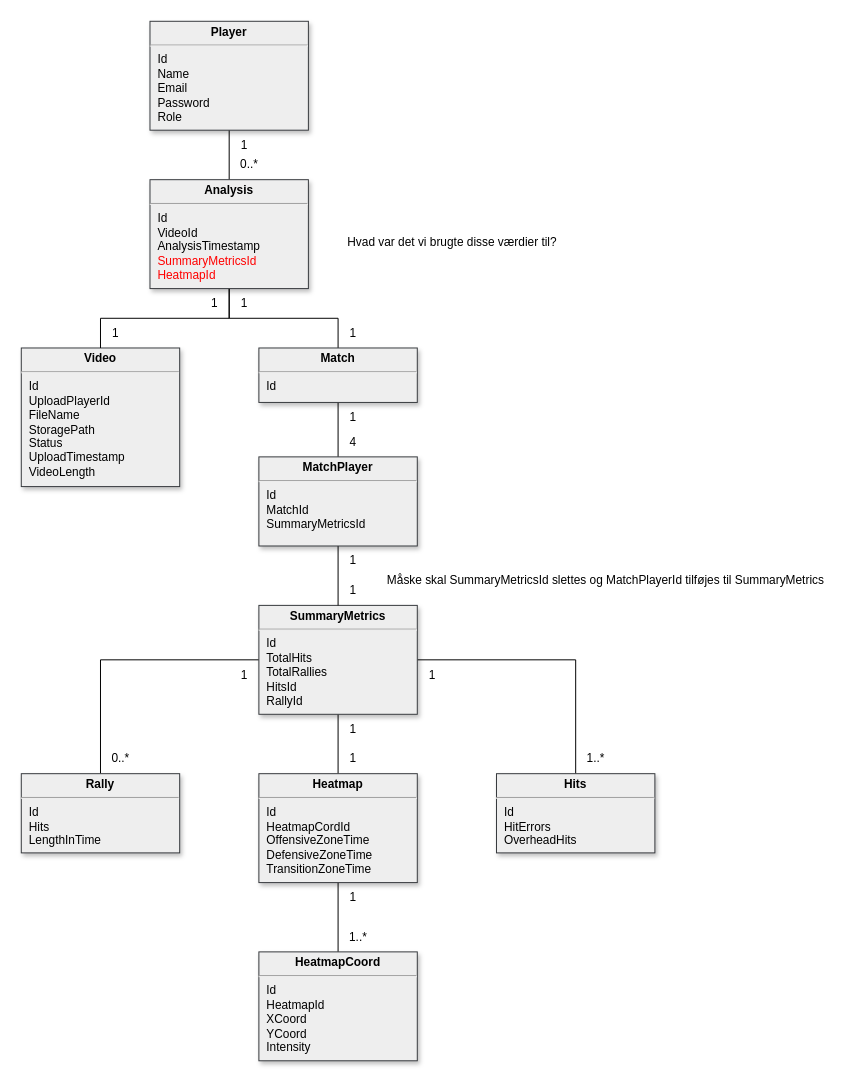
This is Documentation/Analysis/Diagrams/DomainModel.drawio from Olsen7351/Bachlor2025-Padel, a draw.io file, before an edit. Source tidied: cells renumbered, new cells numbered last; positions are measured from the earlier drawing's top-left corner, leaving out a move shared by most shapes. Both pictures are drawn from the tidied source at 99%, with x=0, y=0 at pixel (21, 21).
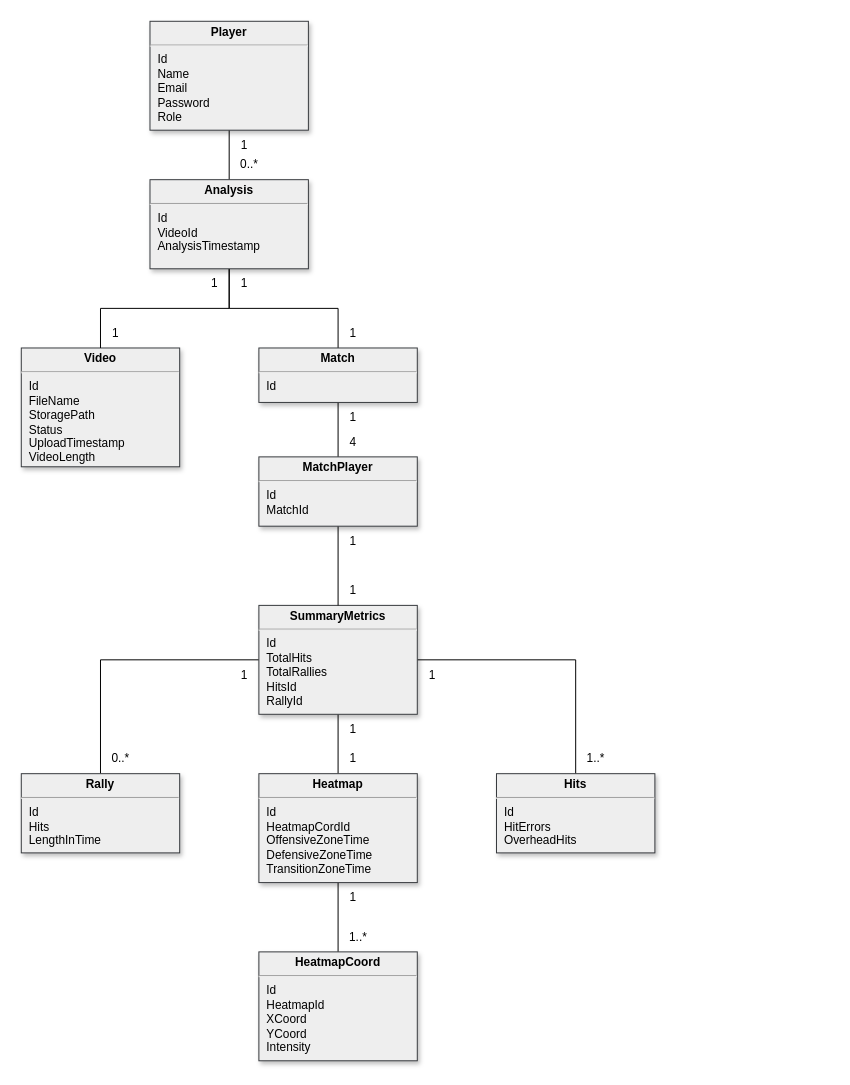
After the change.

The edit, as a diff of the source:
```diff
@@
-    <mxCell id="4" value="&lt;p style=&quot;margin: 4px 0px 0px; text-align: center;&quot;&gt;&lt;b&gt;Video&lt;/b&gt;&lt;/p&gt;&lt;hr&gt;&lt;p style=&quot;margin: 0px; margin-left: 8px;&quot;&gt;Id&lt;/p&gt;&lt;p style=&quot;margin: 0px; margin-left: 8px;&quot;&gt;UploadPlayerId&lt;/p&gt;&lt;p style=&quot;margin: 0px; margin-left: 8px;&quot;&gt;FileName&lt;/p&gt;&lt;p style=&quot;margin: 0px; margin-left: 8px;&quot;&gt;StoragePath&lt;/p&gt;&lt;p style=&quot;margin: 0px; margin-left: 8px;&quot;&gt;Status&lt;/p&gt;&lt;p style=&quot;margin: 0px; margin-left: 8px;&quot;&gt;UploadTimestamp&lt;/p&gt;&lt;p style=&quot;margin: 0px; margin-left: 8px;&quot;&gt;VideoLength&lt;/p&gt;" style="verticalAlign=top;align=left;overflow=fill;fontSize=12;fontFamily=Helvetica;html=1;shadow=1;fillColor=#eeeeee;strokeColor=#36393d;" parent="1" vertex="1">
-      <mxGeometry y="330" width="160" height="140" as="geometry" />
+    <mxCell id="4" value="&lt;p style=&quot;margin: 4px 0px 0px; text-align: center;&quot;&gt;&lt;b&gt;Video&lt;/b&gt;&lt;/p&gt;&lt;hr&gt;&lt;p style=&quot;margin: 0px; margin-left: 8px;&quot;&gt;Id&lt;/p&gt;&lt;p style=&quot;margin: 0px; margin-left: 8px;&quot;&gt;FileName&lt;/p&gt;&lt;p style=&quot;margin: 0px; margin-left: 8px;&quot;&gt;StoragePath&lt;/p&gt;&lt;p style=&quot;margin: 0px; margin-left: 8px;&quot;&gt;Status&lt;/p&gt;&lt;p style=&quot;margin: 0px; margin-left: 8px;&quot;&gt;UploadTimestamp&lt;/p&gt;&lt;p style=&quot;margin: 0px; margin-left: 8px;&quot;&gt;VideoLength&lt;/p&gt;" style="verticalAlign=top;align=left;overflow=fill;fontSize=12;fontFamily=Helvetica;html=1;shadow=1;fillColor=#eeeeee;strokeColor=#36393d;" parent="1" vertex="1">
+      <mxGeometry y="330" width="160" height="120" as="geometry" />
     </mxCell>
@@
-    <mxCell id="7" value="&lt;p style=&quot;margin: 4px 0px 0px; text-align: center;&quot;&gt;&lt;b&gt;Analysis&lt;/b&gt;&lt;/p&gt;&lt;hr&gt;&lt;p style=&quot;margin: 0px; margin-left: 8px;&quot;&gt;Id&lt;/p&gt;&lt;p style=&quot;margin: 0px; margin-left: 8px;&quot;&gt;VideoId&lt;/p&gt;&lt;p style=&quot;margin: 0px; margin-left: 8px;&quot;&gt;AnalysisTimestamp&lt;/p&gt;&lt;p style=&quot;margin: 0px; margin-left: 8px;&quot;&gt;&lt;font style=&quot;color: rgb(255, 0, 0);&quot;&gt;SummaryMetricsId&lt;/font&gt;&lt;/p&gt;&lt;p style=&quot;margin: 0px 0px 0px 8px;&quot;&gt;&lt;font style=&quot;color: rgb(255, 0, 0);&quot;&gt;HeatmapId&lt;/font&gt;&lt;/p&gt;&lt;p style=&quot;margin: 0px 0px 0px 8px;&quot;&gt;&lt;br&gt;&lt;/p&gt;" style="verticalAlign=top;align=left;overflow=fill;fontSize=12;fontFamily=Helvetica;html=1;shadow=1;fillColor=#eeeeee;strokeColor=#36393d;" parent="1" vertex="1">
-      <mxGeometry x="130" y="160" width="160" height="110" as="geometry" />
+    <mxCell id="7" value="&lt;p style=&quot;margin: 4px 0px 0px; text-align: center;&quot;&gt;&lt;b&gt;Analysis&lt;/b&gt;&lt;/p&gt;&lt;hr&gt;&lt;p style=&quot;margin: 0px; margin-left: 8px;&quot;&gt;Id&lt;/p&gt;&lt;p style=&quot;margin: 0px; margin-left: 8px;&quot;&gt;VideoId&lt;/p&gt;&lt;p style=&quot;margin: 0px; margin-left: 8px;&quot;&gt;AnalysisTimestamp&lt;/p&gt;&lt;p style=&quot;margin: 0px 0px 0px 8px;&quot;&gt;&lt;br&gt;&lt;/p&gt;" style="verticalAlign=top;align=left;overflow=fill;fontSize=12;fontFamily=Helvetica;html=1;shadow=1;fillColor=#eeeeee;strokeColor=#36393d;" parent="1" vertex="1">
+      <mxGeometry x="130" y="160" width="160" height="90" as="geometry" />
     </mxCell>
@@
-    <mxCell id="18" value="&lt;p style=&quot;margin: 4px 0px 0px; text-align: center;&quot;&gt;&lt;b&gt;MatchPlayer&lt;/b&gt;&lt;/p&gt;&lt;hr&gt;&lt;p style=&quot;margin: 0px; margin-left: 8px;&quot;&gt;Id&lt;/p&gt;&lt;p style=&quot;margin: 0px; margin-left: 8px;&quot;&gt;MatchId&lt;/p&gt;&lt;p style=&quot;margin: 0px; margin-left: 8px;&quot;&gt;SummaryMetricsId&lt;/p&gt;" style="verticalAlign=top;align=left;overflow=fill;fontSize=12;fontFamily=Helvetica;html=1;shadow=1;fillColor=#eeeeee;strokeColor=#36393d;" parent="1" vertex="1">
-      <mxGeometry x="240" y="440" width="160" height="90" as="geometry" />
+    <mxCell id="18" value="&lt;p style=&quot;margin: 4px 0px 0px; text-align: center;&quot;&gt;&lt;b&gt;MatchPlayer&lt;/b&gt;&lt;/p&gt;&lt;hr&gt;&lt;p style=&quot;margin: 0px; margin-left: 8px;&quot;&gt;Id&lt;/p&gt;&lt;p style=&quot;margin: 0px; margin-left: 8px;&quot;&gt;MatchId&lt;/p&gt;" style="verticalAlign=top;align=left;overflow=fill;fontSize=12;fontFamily=Helvetica;html=1;shadow=1;fillColor=#eeeeee;strokeColor=#36393d;" parent="1" vertex="1">
+      <mxGeometry x="240" y="440" width="160" height="70" as="geometry" />
     </mxCell>
@@
     <mxCell id="23" value="1" style="text;html=1;align=center;verticalAlign=middle;strokeColor=none;fillColor=none;" parent="1" vertex="1">
-      <mxGeometry x="180" y="270" width="30" height="30" as="geometry" />
+      <mxGeometry x="180" y="250" width="30" height="30" as="geometry" />
     </mxCell>
@@
     <mxCell id="26" value="1" style="text;html=1;align=center;verticalAlign=middle;strokeColor=none;fillColor=none;" parent="1" vertex="1">
-      <mxGeometry x="210" y="270" width="30" height="30" as="geometry" />
+      <mxGeometry x="210" y="250" width="30" height="30" as="geometry" />
     </mxCell>
@@
     <mxCell id="29" value="1" style="text;html=1;align=center;verticalAlign=middle;strokeColor=none;fillColor=none;" parent="1" vertex="1">
-      <mxGeometry x="320" y="530" width="30" height="30" as="geometry" />
+      <mxGeometry x="320" y="510" width="30" height="30" as="geometry" />
     </mxCell>
@@
-    <mxCell id="39" value="Måske skal SummaryMetricsId slettes og MatchPlayerId tilføjes til SummaryMetrics" style="text;html=1;align=center;verticalAlign=middle;strokeColor=none;fillColor=none;" parent="1" vertex="1">
-      <mxGeometry x="360" y="549.5" width="460" height="30" as="geometry" />
-    </mxCell>
-    <mxCell id="40" value="Hvad var det vi brugte disse værdier til?" style="text;html=1;align=center;verticalAlign=middle;strokeColor=none;fillColor=none;" parent="1" vertex="1">
-      <mxGeometry x="320" y="208" width="230" height="30" as="geometry" />
-    </mxCell>
```
